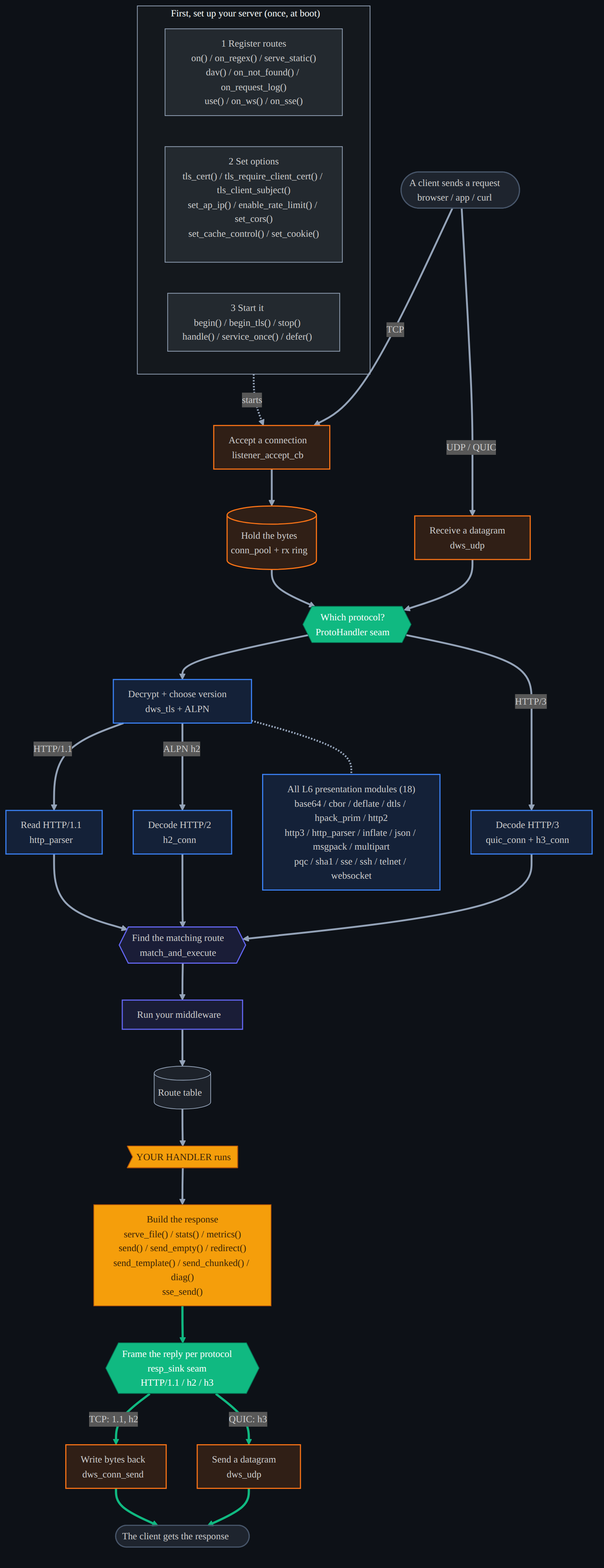
Earlier version of the Mermaid export docs/diagrams/api_flow_detail.dark.png (dstroy0/DeterministicESPAsyncWebServer). Its source is kept beside it as docs/diagrams/api_flow_detail.mmd.
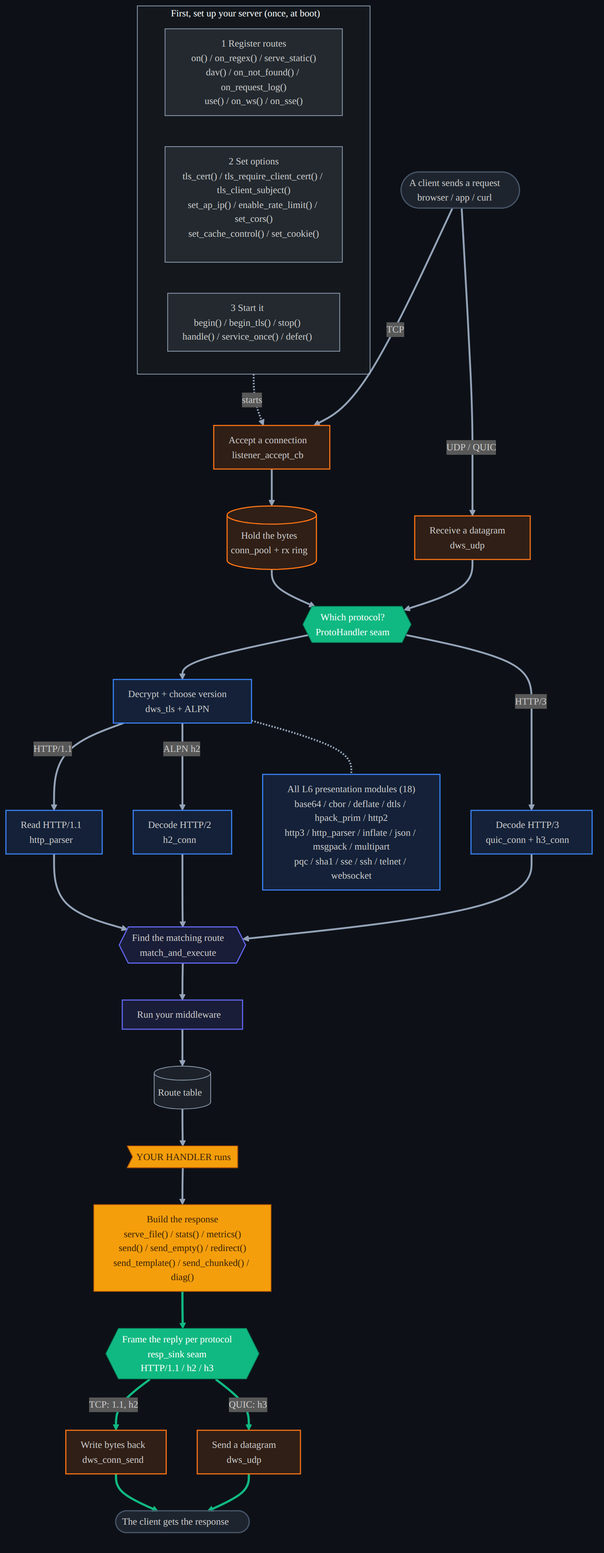
Later version of the same file.

Commit message:
docs: regenerate feature tables + configurator + build_opt.h + example index [skip ci]

The edit, as a diff of the source:
```diff
@@ -20,7 +20,7 @@
   mw["Run your middleware"]
   routes[("Route table")]
   handler>"YOUR HANDLER runs"]
-  resp["Build the response<br/>serve_file() / stats() / metrics()<br/>send() / send_empty() / redirect()<br/>send_template() / send_chunked() / diag()<br/>sse_send()"]
+  resp["Build the response<br/>serve_file() / stats() / metrics()<br/>send() / send_empty() / redirect()<br/>send_template() / send_chunked() / diag()"]
   sink{{"Frame the reply per protocol<br/>resp_sink seam<br/>HTTP/1.1 / h2 / h3"}}
   consend["Write bytes back<br/>dws_conn_send"]
   udptx["Send a datagram<br/>dws_udp"]
```
